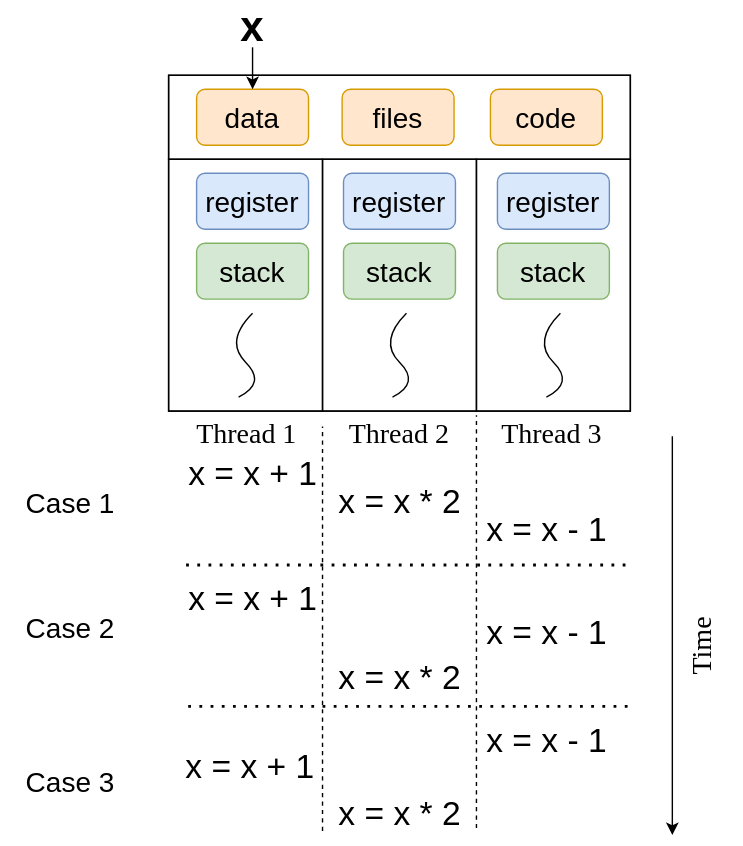
godaai/scale-py-zh keeps this draw.io diagram as img/ch-intro/thread-safe.svg. Above is the earlier version. Source tidied: cells renumbered, new cells last; positions are measured from the earlier drawing's top-left corner, leaving out a move shared by most shapes.
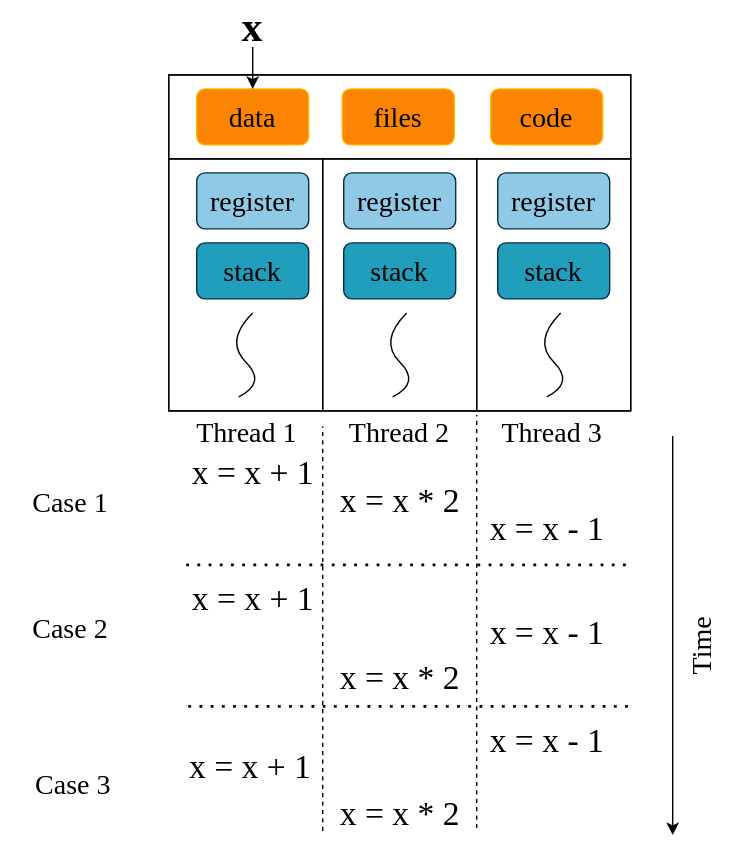
The same file after the commit.

Change to the diagram source:
```diff
@@ -2,25 +2,25 @@
   <root>
     <mxCell id="0" />
     <mxCell id="1" parent="0" />
-    <mxCell id="2" style="rounded=0;whiteSpace=wrap;html=1;fontSize=18;fillColor=none;" parent="1" vertex="1">
+    <mxCell id="2" style="rounded=0;whiteSpace=wrap;html=1;fontSize=18;fillColor=none;fontFamily=Times New Roman;" parent="1" vertex="1">
       <mxGeometry x="340" y="110" width="110" height="180" as="geometry" />
     </mxCell>
-    <mxCell id="3" style="rounded=0;whiteSpace=wrap;html=1;fontSize=18;fillColor=none;" parent="1" vertex="1">
+    <mxCell id="3" style="rounded=0;whiteSpace=wrap;html=1;fontSize=18;fillColor=none;fontFamily=Times New Roman;" parent="1" vertex="1">
       <mxGeometry x="120" y="110" width="110" height="180" as="geometry" />
     </mxCell>
-    <mxCell id="4" style="rounded=0;whiteSpace=wrap;html=1;fillColor=none;" parent="1" vertex="1">
+    <mxCell id="4" style="rounded=0;whiteSpace=wrap;html=1;fillColor=none;fontFamily=Times New Roman;" parent="1" vertex="1">
       <mxGeometry x="120" y="50" width="330" height="240" as="geometry" />
     </mxCell>
-    <mxCell id="5" style="rounded=0;whiteSpace=wrap;html=1;fillColor=none;" parent="1" vertex="1">
+    <mxCell id="5" style="rounded=0;whiteSpace=wrap;html=1;fillColor=none;fontFamily=Times New Roman;" parent="1" vertex="1">
       <mxGeometry x="120" y="50" width="330" height="60" as="geometry" />
     </mxCell>
-    <mxCell id="6" value="data" style="rounded=1;whiteSpace=wrap;html=1;fillColor=#ffe6cc;strokeColor=#d79b00;fontSize=20;" parent="1" vertex="1">
+    <mxCell id="6" value="data" style="rounded=1;whiteSpace=wrap;html=1;fillColor=#FB8402;strokeColor=#FFB703;fontSize=20;fontFamily=Times New Roman;" parent="1" vertex="1">
       <mxGeometry x="140" y="60" width="80" height="40" as="geometry" />
     </mxCell>
-    <mxCell id="7" value="files" style="rounded=1;whiteSpace=wrap;html=1;fillColor=#ffe6cc;strokeColor=#d79b00;fontSize=20;" parent="1" vertex="1">
+    <mxCell id="7" value="files" style="rounded=1;whiteSpace=wrap;html=1;fillColor=#FB8402;strokeColor=#FFB703;fontSize=20;fontFamily=Times New Roman;" parent="1" vertex="1">
       <mxGeometry x="244" y="60" width="80" height="40" as="geometry" />
     </mxCell>
-    <mxCell id="8" style="curved=1;endArrow=none;html=1;rounded=0;fontSize=18;endFill=0;" parent="1" edge="1">
+    <mxCell id="8" style="curved=1;endArrow=none;html=1;rounded=0;fontSize=18;endFill=0;fontFamily=Times New Roman;" parent="1" edge="1">
       <mxGeometry relative="1" as="geometry">
         <mxPoint x="170" y="280" as="sourcePoint" />
         <mxPoint x="180" y="220" as="targetPoint" />
@@ -30,13 +30,13 @@
         </Array>
       </mxGeometry>
     </mxCell>
-    <mxCell id="9" value="code" style="rounded=1;whiteSpace=wrap;html=1;fillColor=#ffe6cc;strokeColor=#d79b00;fontSize=20;" parent="1" vertex="1">
+    <mxCell id="9" value="code" style="rounded=1;whiteSpace=wrap;html=1;fillColor=#FB8402;strokeColor=#FFB703;fontSize=20;fontFamily=Times New Roman;" parent="1" vertex="1">
       <mxGeometry x="350" y="60" width="80" height="40" as="geometry" />
     </mxCell>
-    <mxCell id="10" style="rounded=0;whiteSpace=wrap;html=1;fontSize=18;fillColor=none;" parent="1" vertex="1">
+    <mxCell id="10" style="rounded=0;whiteSpace=wrap;html=1;fontSize=18;fillColor=none;fontFamily=Times New Roman;" parent="1" vertex="1">
       <mxGeometry x="230" y="110" width="110" height="180" as="geometry" />
     </mxCell>
-    <mxCell id="11" style="curved=1;endArrow=none;html=1;rounded=0;fontSize=18;endFill=0;" parent="1" edge="1">
+    <mxCell id="11" style="curved=1;endArrow=none;html=1;rounded=0;fontSize=18;endFill=0;fontFamily=Times New Roman;" parent="1" edge="1">
       <mxGeometry relative="1" as="geometry">
         <mxPoint x="280" y="280" as="sourcePoint" />
         <mxPoint x="290" y="220" as="targetPoint" />
@@ -46,7 +46,7 @@
         </Array>
       </mxGeometry>
     </mxCell>
-    <mxCell id="12" style="curved=1;endArrow=none;html=1;rounded=0;fontSize=18;endFill=0;" parent="1" edge="1">
+    <mxCell id="12" style="curved=1;endArrow=none;html=1;rounded=0;fontSize=18;endFill=0;fontFamily=Times New Roman;" parent="1" edge="1">
       <mxGeometry relative="1" as="geometry">
         <mxPoint x="390" y="280" as="sourcePoint" />
         <mxPoint x="400" y="220" as="targetPoint" />
@@ -56,107 +56,107 @@
         </Array>
       </mxGeometry>
     </mxCell>
-    <mxCell id="13" value="register" style="rounded=1;whiteSpace=wrap;html=1;fontSize=20;fillColor=#dae8fc;strokeColor=#6c8ebf;" parent="1" vertex="1">
+    <mxCell id="13" value="register" style="rounded=1;whiteSpace=wrap;html=1;fontSize=20;fillColor=#90C9E6;strokeColor=#023047;fontFamily=Times New Roman;" parent="1" vertex="1">
       <mxGeometry x="140" y="120" width="80" height="40" as="geometry" />
     </mxCell>
-    <mxCell id="14" value="register" style="rounded=1;whiteSpace=wrap;html=1;fontSize=20;fillColor=#dae8fc;strokeColor=#6c8ebf;" parent="1" vertex="1">
+    <mxCell id="14" value="register" style="rounded=1;whiteSpace=wrap;html=1;fontSize=20;fillColor=#90C9E6;strokeColor=#023047;fontFamily=Times New Roman;" parent="1" vertex="1">
       <mxGeometry x="245" y="120" width="80" height="40" as="geometry" />
     </mxCell>
-    <mxCell id="15" value="register" style="rounded=1;whiteSpace=wrap;html=1;fontSize=20;fillColor=#dae8fc;strokeColor=#6c8ebf;" parent="1" vertex="1">
+    <mxCell id="15" value="register" style="rounded=1;whiteSpace=wrap;html=1;fontSize=20;fillColor=#90C9E6;strokeColor=#023047;fontFamily=Times New Roman;" parent="1" vertex="1">
       <mxGeometry x="355" y="120" width="80" height="40" as="geometry" />
     </mxCell>
-    <mxCell id="16" value="stack" style="rounded=1;whiteSpace=wrap;html=1;fontSize=20;fillColor=#d5e8d4;strokeColor=#82b366;" parent="1" vertex="1">
+    <mxCell id="16" value="stack" style="rounded=1;whiteSpace=wrap;html=1;fontSize=20;fillColor=#219EBC;strokeColor=#023047;fontFamily=Times New Roman;" parent="1" vertex="1">
       <mxGeometry x="140" y="170" width="80" height="40" as="geometry" />
     </mxCell>
-    <mxCell id="17" value="stack" style="rounded=1;whiteSpace=wrap;html=1;fontSize=20;fillColor=#d5e8d4;strokeColor=#82b366;" parent="1" vertex="1">
+    <mxCell id="17" value="stack" style="rounded=1;whiteSpace=wrap;html=1;fontSize=20;fillColor=#219EBC;strokeColor=#023047;fontFamily=Times New Roman;" parent="1" vertex="1">
       <mxGeometry x="245" y="170" width="80" height="40" as="geometry" />
     </mxCell>
-    <mxCell id="18" value="stack" style="rounded=1;whiteSpace=wrap;html=1;fontSize=20;fillColor=#d5e8d4;strokeColor=#82b366;" parent="1" vertex="1">
+    <mxCell id="18" value="stack" style="rounded=1;whiteSpace=wrap;html=1;fontSize=20;fillColor=#219EBC;strokeColor=#023047;fontFamily=Times New Roman;" parent="1" vertex="1">
       <mxGeometry x="355" y="170" width="80" height="40" as="geometry" />
     </mxCell>
-    <mxCell id="19" value="&lt;font size=&quot;1&quot; style=&quot;&quot;&gt;&lt;b style=&quot;font-size: 30px;&quot;&gt;x&lt;/b&gt;&lt;/font&gt;" style="text;html=1;strokeColor=none;fillColor=none;align=center;verticalAlign=middle;whiteSpace=wrap;rounded=0;" parent="1" vertex="1">
+    <mxCell id="19" value="&lt;font size=&quot;1&quot; style=&quot;&quot;&gt;&lt;b style=&quot;font-size: 30px;&quot;&gt;x&lt;/b&gt;&lt;/font&gt;" style="text;html=1;strokeColor=none;fillColor=none;align=center;verticalAlign=middle;whiteSpace=wrap;rounded=0;fontFamily=Times New Roman;" parent="1" vertex="1">
       <mxGeometry x="150" width="60" height="30" as="geometry" />
     </mxCell>
-    <mxCell id="20" style="endArrow=classic;html=1;rounded=0;fontSize=24;exitX=0.5;exitY=1;exitDx=0;exitDy=0;" parent="1" edge="1" source="19" target="6">
+    <mxCell id="20" style="endArrow=classic;html=1;rounded=0;fontSize=24;exitX=0.5;exitY=1;exitDx=0;exitDy=0;fontFamily=Times New Roman;" parent="1" edge="1" source="19" target="6">
       <mxGeometry relative="1" as="geometry" />
     </mxCell>
-    <mxCell id="21" value="x = x + 1" style="text;html=1;strokeColor=none;fillColor=none;align=center;verticalAlign=middle;whiteSpace=wrap;rounded=0;fontSize=24;" parent="1" vertex="1">
+    <mxCell id="21" value="x = x + 1" style="text;html=1;strokeColor=none;fillColor=none;align=center;verticalAlign=middle;whiteSpace=wrap;rounded=0;fontSize=24;fontFamily=Times New Roman;" parent="1" vertex="1">
       <mxGeometry x="132.5" y="320" width="95" height="30" as="geometry" />
     </mxCell>
-    <mxCell id="22" value="x = x * 2" style="text;html=1;strokeColor=none;fillColor=none;align=center;verticalAlign=middle;whiteSpace=wrap;rounded=0;fontSize=24;" parent="1" vertex="1">
+    <mxCell id="22" value="x = x * 2" style="text;html=1;strokeColor=none;fillColor=none;align=center;verticalAlign=middle;whiteSpace=wrap;rounded=0;fontSize=24;fontFamily=Times New Roman;" parent="1" vertex="1">
       <mxGeometry x="237.5" y="340" width="95" height="30" as="geometry" />
     </mxCell>
-    <mxCell id="23" value="x = x - 1" style="text;html=1;strokeColor=none;fillColor=none;align=center;verticalAlign=middle;whiteSpace=wrap;rounded=0;fontSize=24;" parent="1" vertex="1">
+    <mxCell id="23" value="x = x - 1" style="text;html=1;strokeColor=none;fillColor=none;align=center;verticalAlign=middle;whiteSpace=wrap;rounded=0;fontSize=24;fontFamily=Times New Roman;" parent="1" vertex="1">
       <mxGeometry x="342.5" y="360" width="95" height="30" as="geometry" />
     </mxCell>
-    <mxCell id="24" style="endArrow=classic;html=1;rounded=0;fontSize=24;" parent="1" edge="1">
+    <mxCell id="24" style="endArrow=classic;html=1;rounded=0;fontSize=24;fontFamily=Times New Roman;" parent="1" edge="1">
       <mxGeometry relative="1" as="geometry">
         <mxPoint x="480" y="308" as="sourcePoint" />
         <mxPoint x="480" y="593" as="targetPoint" />
       </mxGeometry>
     </mxCell>
-    <mxCell id="25" style="endArrow=none;dashed=1;html=1;rounded=0;fontSize=24;" parent="1" edge="1">
+    <mxCell id="25" style="endArrow=none;dashed=1;html=1;rounded=0;fontSize=24;fontFamily=Times New Roman;" parent="1" edge="1">
       <mxGeometry relative="1" as="geometry">
         <mxPoint x="230" y="590" as="sourcePoint" />
         <mxPoint x="230" y="301" as="targetPoint" />
       </mxGeometry>
     </mxCell>
-    <mxCell id="26" style="endArrow=none;dashed=1;html=1;rounded=0;fontSize=24;" parent="1" edge="1">
+    <mxCell id="26" style="endArrow=none;dashed=1;html=1;rounded=0;fontSize=24;fontFamily=Times New Roman;" parent="1" edge="1">
       <mxGeometry relative="1" as="geometry">
         <mxPoint x="340" y="588" as="sourcePoint" />
         <mxPoint x="340" y="293" as="targetPoint" />
       </mxGeometry>
     </mxCell>
-    <mxCell id="27" value="&lt;font style=&quot;font-size: 20px;&quot; face=&quot;Tahoma&quot;&gt;Thread 1&lt;/font&gt;" style="text;html=1;strokeColor=none;fillColor=none;align=center;verticalAlign=middle;whiteSpace=wrap;rounded=0;fontSize=24;" parent="1" vertex="1">
+    <mxCell id="27" value="&lt;font style=&quot;font-size: 20px;&quot;&gt;Thread 1&lt;/font&gt;" style="text;html=1;strokeColor=none;fillColor=none;align=center;verticalAlign=middle;whiteSpace=wrap;rounded=0;fontSize=24;fontFamily=Times New Roman;" parent="1" vertex="1">
       <mxGeometry x="126.2" y="290" width="100" height="30" as="geometry" />
     </mxCell>
-    <mxCell id="28" value="&lt;font style=&quot;font-size: 20px;&quot; face=&quot;Tahoma&quot;&gt;Thread 2&lt;/font&gt;" style="text;html=1;strokeColor=none;fillColor=none;align=center;verticalAlign=middle;whiteSpace=wrap;rounded=0;fontSize=24;" parent="1" vertex="1">
+    <mxCell id="28" value="&lt;font style=&quot;font-size: 20px;&quot;&gt;Thread 2&lt;/font&gt;" style="text;html=1;strokeColor=none;fillColor=none;align=center;verticalAlign=middle;whiteSpace=wrap;rounded=0;fontSize=24;fontFamily=Times New Roman;" parent="1" vertex="1">
       <mxGeometry x="235" y="290" width="100" height="30" as="geometry" />
     </mxCell>
-    <mxCell id="29" value="&lt;font style=&quot;font-size: 20px;&quot; face=&quot;Tahoma&quot;&gt;Thread 3&lt;/font&gt;" style="text;html=1;strokeColor=none;fillColor=none;align=center;verticalAlign=middle;whiteSpace=wrap;rounded=0;fontSize=24;" parent="1" vertex="1">
+    <mxCell id="29" value="&lt;font style=&quot;font-size: 20px;&quot;&gt;Thread 3&lt;/font&gt;" style="text;html=1;strokeColor=none;fillColor=none;align=center;verticalAlign=middle;whiteSpace=wrap;rounded=0;fontSize=24;fontFamily=Times New Roman;" parent="1" vertex="1">
       <mxGeometry x="343.8" y="290" width="100" height="30" as="geometry" />
     </mxCell>
-    <mxCell id="30" value="Time" style="text;html=1;strokeColor=none;fillColor=none;align=center;verticalAlign=middle;whiteSpace=wrap;rounded=0;fontFamily=Tahoma;fontSize=20;horizontal=0;" parent="1" vertex="1">
+    <mxCell id="30" value="Time" style="text;html=1;strokeColor=none;fillColor=none;align=center;verticalAlign=middle;whiteSpace=wrap;rounded=0;fontFamily=Times New Roman;fontSize=20;horizontal=0;" parent="1" vertex="1">
       <mxGeometry x="470" y="443" width="60" height="30" as="geometry" />
     </mxCell>
-    <mxCell id="31" style="endArrow=none;dashed=1;html=1;dashPattern=1 3;strokeWidth=2;rounded=0;fontFamily=Tahoma;fontSize=20;" parent="1" edge="1">
+    <mxCell id="31" style="endArrow=none;dashed=1;html=1;dashPattern=1 3;strokeWidth=2;rounded=0;fontFamily=Times New Roman;fontSize=20;" parent="1" edge="1">
       <mxGeometry relative="1" as="geometry">
         <mxPoint x="132.5" y="400" as="sourcePoint" />
         <mxPoint x="452.5" y="400" as="targetPoint" />
       </mxGeometry>
     </mxCell>
-    <mxCell id="32" value="x = x + 1" style="text;html=1;strokeColor=none;fillColor=none;align=center;verticalAlign=middle;whiteSpace=wrap;rounded=0;fontSize=24;" parent="1" vertex="1">
+    <mxCell id="32" value="x = x + 1" style="text;html=1;strokeColor=none;fillColor=none;align=center;verticalAlign=middle;whiteSpace=wrap;rounded=0;fontSize=24;fontFamily=Times New Roman;" parent="1" vertex="1">
       <mxGeometry x="132.5" y="410" width="95" height="30" as="geometry" />
     </mxCell>
-    <mxCell id="33" value="x = x * 2" style="text;html=1;strokeColor=none;fillColor=none;align=center;verticalAlign=middle;whiteSpace=wrap;rounded=0;fontSize=24;" parent="1" vertex="1">
+    <mxCell id="33" value="x = x * 2" style="text;html=1;strokeColor=none;fillColor=none;align=center;verticalAlign=middle;whiteSpace=wrap;rounded=0;fontSize=24;fontFamily=Times New Roman;" parent="1" vertex="1">
       <mxGeometry x="237.5" y="466" width="95" height="30" as="geometry" />
     </mxCell>
-    <mxCell id="34" value="x = x - 1" style="text;html=1;strokeColor=none;fillColor=none;align=center;verticalAlign=middle;whiteSpace=wrap;rounded=0;fontSize=24;" parent="1" vertex="1">
+    <mxCell id="34" value="x = x - 1" style="text;html=1;strokeColor=none;fillColor=none;align=center;verticalAlign=middle;whiteSpace=wrap;rounded=0;fontSize=24;fontFamily=Times New Roman;" parent="1" vertex="1">
       <mxGeometry x="342.5" y="434" width="95" height="30" as="geometry" />
     </mxCell>
-    <mxCell id="35" style="endArrow=none;dashed=1;html=1;dashPattern=1 3;strokeWidth=2;rounded=0;fontFamily=Tahoma;fontSize=20;" parent="1" edge="1">
+    <mxCell id="35" style="endArrow=none;dashed=1;html=1;dashPattern=1 3;strokeWidth=2;rounded=0;fontFamily=Times New Roman;fontSize=20;" parent="1" edge="1">
       <mxGeometry relative="1" as="geometry">
         <mxPoint x="134" y="501" as="sourcePoint" />
         <mxPoint x="454" y="501" as="targetPoint" />
       </mxGeometry>
     </mxCell>
-    <mxCell id="36" value="x = x + 1" style="text;html=1;strokeColor=none;fillColor=none;align=center;verticalAlign=middle;whiteSpace=wrap;rounded=0;fontSize=24;" parent="1" vertex="1">
+    <mxCell id="36" value="x = x + 1" style="text;html=1;strokeColor=none;fillColor=none;align=center;verticalAlign=middle;whiteSpace=wrap;rounded=0;fontSize=24;fontFamily=Times New Roman;" parent="1" vertex="1">
       <mxGeometry x="131.2" y="530" width="95" height="30" as="geometry" />
     </mxCell>
-    <mxCell id="37" value="x = x * 2" style="text;html=1;strokeColor=none;fillColor=none;align=center;verticalAlign=middle;whiteSpace=wrap;rounded=0;fontSize=24;" parent="1" vertex="1">
+    <mxCell id="37" value="x = x * 2" style="text;html=1;strokeColor=none;fillColor=none;align=center;verticalAlign=middle;whiteSpace=wrap;rounded=0;fontSize=24;fontFamily=Times New Roman;" parent="1" vertex="1">
       <mxGeometry x="237.5" y="563" width="95" height="30" as="geometry" />
     </mxCell>
-    <mxCell id="38" value="x = x - 1" style="text;html=1;strokeColor=none;fillColor=none;align=center;verticalAlign=middle;whiteSpace=wrap;rounded=0;fontSize=24;" parent="1" vertex="1">
+    <mxCell id="38" value="x = x - 1" style="text;html=1;strokeColor=none;fillColor=none;align=center;verticalAlign=middle;whiteSpace=wrap;rounded=0;fontSize=24;fontFamily=Times New Roman;" parent="1" vertex="1">
       <mxGeometry x="342.5" y="511" width="95" height="30" as="geometry" />
     </mxCell>
-    <mxCell id="39" value="&lt;font face=&quot;Helvetica&quot;&gt;Case 1&lt;/font&gt;" style="text;html=1;strokeColor=none;fillColor=none;align=center;verticalAlign=middle;whiteSpace=wrap;rounded=0;fontFamily=Tahoma;fontSize=20;" parent="1" vertex="1">
+    <mxCell id="39" value="&lt;font&gt;Case 1&lt;/font&gt;" style="text;html=1;strokeColor=none;fillColor=none;align=center;verticalAlign=middle;whiteSpace=wrap;rounded=0;fontFamily=Times New Roman;fontSize=20;" parent="1" vertex="1">
       <mxGeometry y="340" width="100" height="30" as="geometry" />
     </mxCell>
-    <mxCell id="40" value="&lt;font face=&quot;Helvetica&quot;&gt;Case 2&lt;/font&gt;" style="text;html=1;strokeColor=none;fillColor=none;align=center;verticalAlign=middle;whiteSpace=wrap;rounded=0;fontFamily=Tahoma;fontSize=20;" parent="1" vertex="1">
+    <mxCell id="40" value="&lt;font&gt;Case 2&lt;/font&gt;" style="text;html=1;strokeColor=none;fillColor=none;align=center;verticalAlign=middle;whiteSpace=wrap;rounded=0;fontFamily=Times New Roman;fontSize=20;" parent="1" vertex="1">
       <mxGeometry y="430" width="100" height="30" as="geometry" />
     </mxCell>
-    <mxCell id="41" value="&lt;font face=&quot;Helvetica&quot;&gt;Case 3&lt;/font&gt;" style="text;html=1;strokeColor=none;fillColor=none;align=center;verticalAlign=middle;whiteSpace=wrap;rounded=0;fontFamily=Tahoma;fontSize=20;" parent="1" vertex="1">
-      <mxGeometry y="540" width="100" height="30" as="geometry" />
+    <mxCell id="41" value="&lt;font&gt;Case 3&lt;/font&gt;" style="text;html=1;strokeColor=none;fillColor=none;align=center;verticalAlign=middle;whiteSpace=wrap;rounded=0;fontFamily=Times New Roman;fontSize=20;" parent="1" vertex="1">
+      <mxGeometry x="2" y="541" width="100" height="30" as="geometry" />
     </mxCell>
   </root>
 </mxGraphModel>
```
